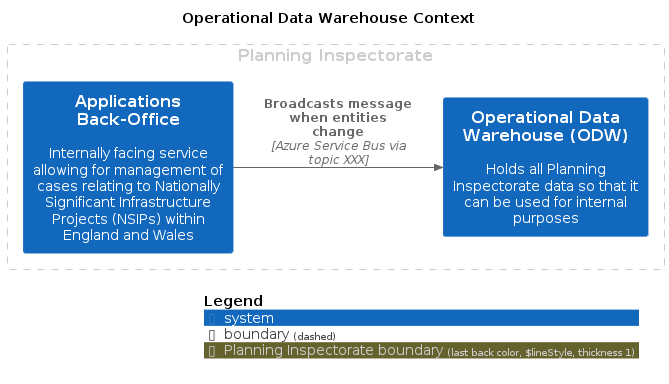
Before: master/png/OperationalDataWarehouseContext.png, a diagram exported from PlantUML (Planning-Inspectorate/applications-service). Source of this version:
```plantuml
@startuml
set separator none
title Operational Data Warehouse Context

left to right direction

!include <C4/C4>
!include <C4/C4_Context>

AddBoundaryTag("Planning Inspectorate", $borderColor="#cccccc", $fontColor="#cccccc", $borderStyle="Dashed", $borderThickness="1")
Boundary(group_1, "Planning Inspectorate", $tags="Planning Inspectorate") {
  System(ApplicationsBackOffice, "Applications Back-Office", $descr="Internally facing service allowing for management of cases relating to Nationally Significant Infrastructure Projects (NSIPs) within England and Wales", $tags="", $link="")
  System(OperationalDataWarehouseODW, "Operational Data Warehouse (ODW)", $descr="Holds all Planning Inspectorate data so that it can be used for internal purposes", $tags="", $link="")
}


Rel(ApplicationsBackOffice, OperationalDataWarehouseODW, "Broadcasts message when entities change", $techn="Azure Service Bus via topic XXX", $tags="", $link="")

SHOW_LEGEND(true)
@enduml
```
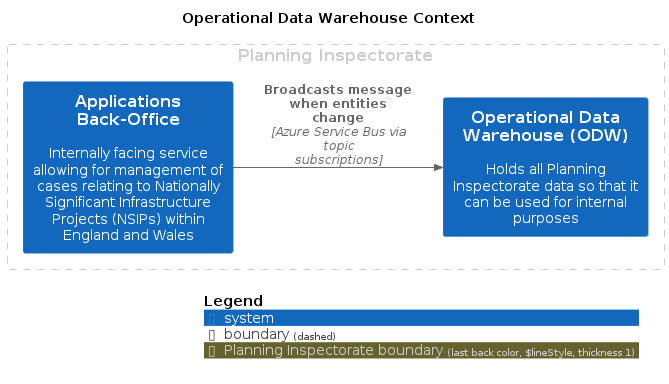
The same file after the commit.

Change to the diagram source:
```diff
@@ -14,7 +14,7 @@
 }
 
 
-Rel(ApplicationsBackOffice, OperationalDataWarehouseODW, "Broadcasts message when entities change", $techn="Azure Service Bus via topic XXX", $tags="", $link="")
+Rel(ApplicationsBackOffice, OperationalDataWarehouseODW, "Broadcasts message when entities change", $techn="Azure Service Bus via topic subscriptions", $tags="", $link="")
 
 SHOW_LEGEND(true)
 @enduml
```
